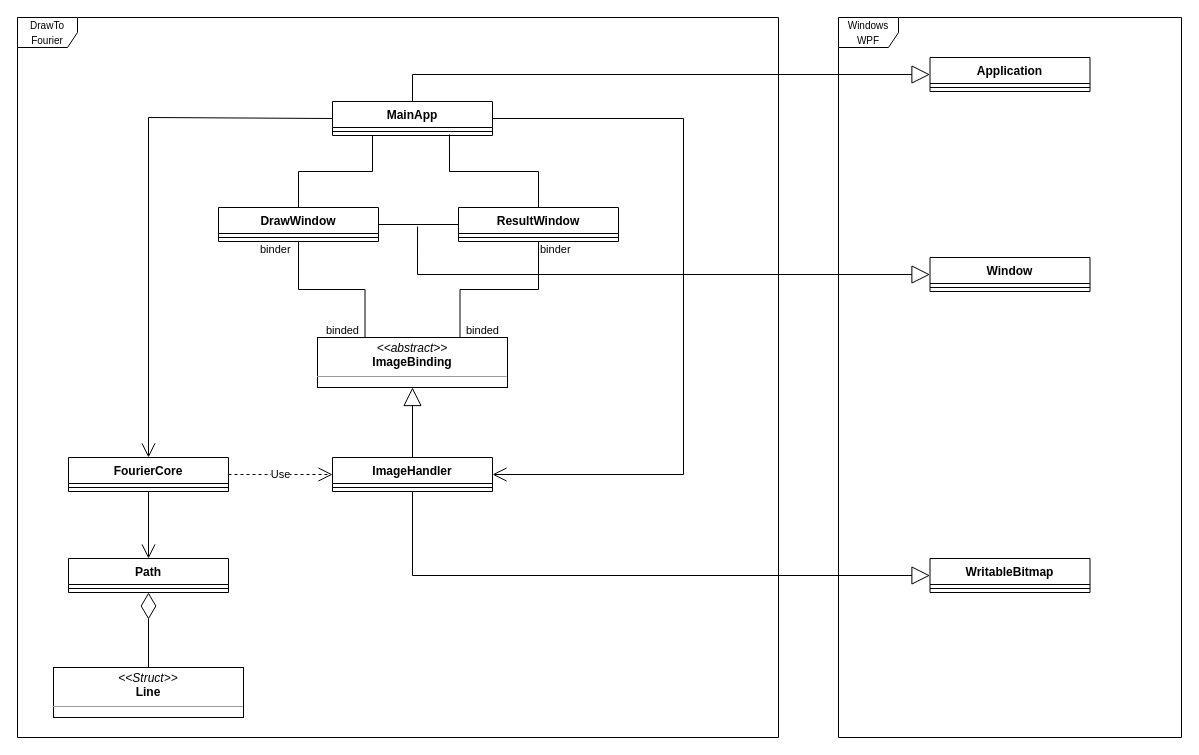
Before: UML Class Diagram.drawio in capalloc/DrawToFourier, a draw.io diagram. Source tidied: cells renumbered, new cells numbered last; positions are measured from the earlier drawing's top-left corner, leaving out a move shared by most shapes. Both pictures are drawn from the tidied source at 100%, with x=0, y=0 at pixel (17, 17).
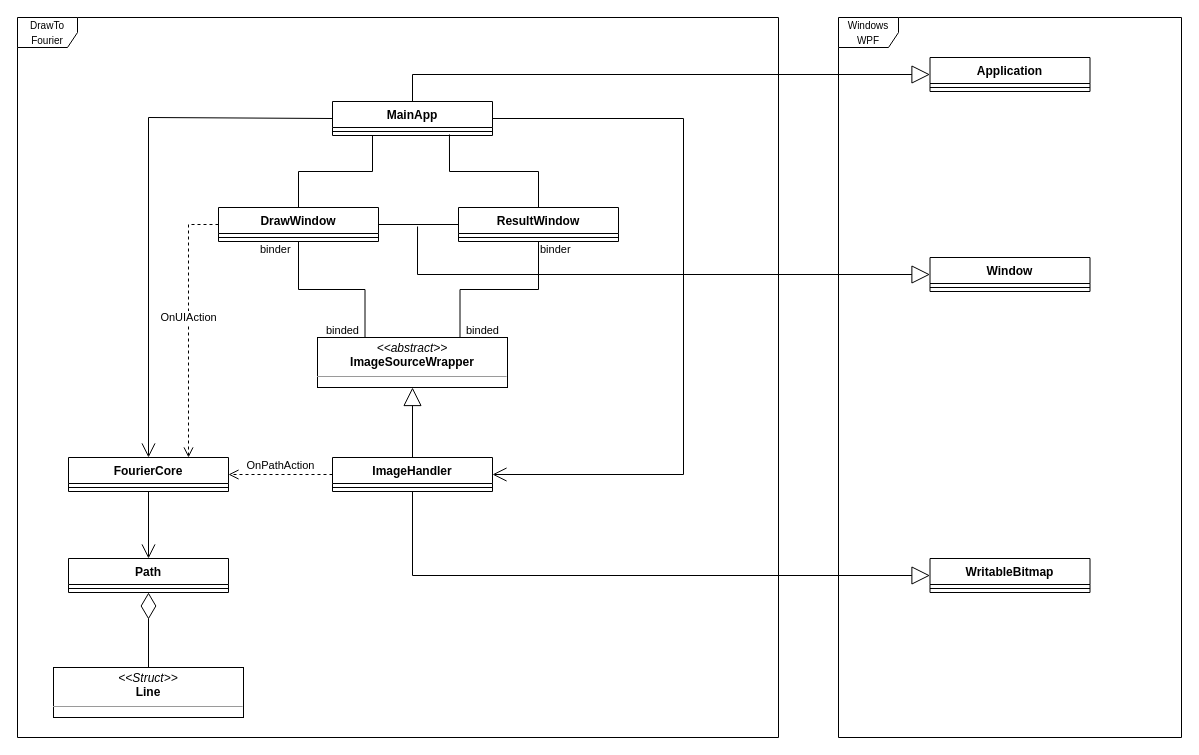
The same diagram, later.

The change refers to these unchanged cells:
```xml
<mxCell id="6" value="DrawWindow" style="swimlane;fontStyle=1;align=center;verticalAlign=top;horizontal=1;startSize=26;" parent="1" vertex="1">
  <mxGeometry x="201" y="190" width="160" height="34" as="geometry" />
</mxCell>
<mxCell id="19" value="FourierCore" style="swimlane;fontStyle=1;align=center;verticalAlign=top;horizontal=1;startSize=26;" parent="1" vertex="1">
  <mxGeometry x="51" y="440" width="160" height="34" as="geometry" />
</mxCell>
<mxCell id="29" value="ImageHandler" style="swimlane;fontStyle=1;align=center;verticalAlign=top;horizontal=1;startSize=26;" parent="1" vertex="1">
  <mxGeometry x="315" y="440" width="160" height="34" as="geometry" />
</mxCell>
```

The edit, as a diff of the source:
```diff
@@
-    <mxCell id="12" value="&lt;p style=&quot;margin: 0px ; margin-top: 4px ; text-align: center&quot;&gt;&lt;i&gt;&amp;lt;&amp;lt;abstract&amp;gt;&amp;gt;&lt;/i&gt;&lt;br&gt;&lt;b&gt;ImageBinding&lt;/b&gt;&lt;/p&gt;&lt;hr size=&quot;1&quot;&gt;&lt;p style=&quot;margin: 0px ; margin-left: 4px&quot;&gt;&lt;br&gt;&lt;/p&gt;" style="verticalAlign=top;align=left;overflow=fill;fontSize=12;fontFamily=Helvetica;html=1;" parent="1" vertex="1">
+    <mxCell id="12" value="&lt;p style=&quot;margin: 0px ; margin-top: 4px ; text-align: center&quot;&gt;&lt;i&gt;&amp;lt;&amp;lt;abstract&amp;gt;&amp;gt;&lt;/i&gt;&lt;br&gt;&lt;b&gt;ImageSourceWrapper&lt;/b&gt;&lt;/p&gt;&lt;hr size=&quot;1&quot;&gt;&lt;p style=&quot;margin: 0px ; margin-left: 4px&quot;&gt;&lt;br&gt;&lt;/p&gt;" style="verticalAlign=top;align=left;overflow=fill;fontSize=12;fontFamily=Helvetica;html=1;" parent="1" vertex="1">
       <mxGeometry x="300" y="320" width="190" height="50" as="geometry" />
     </mxCell>
@@
-    <mxCell id="22" value="Use" style="endArrow=open;endSize=12;dashed=1;html=1;rounded=0;exitX=1;exitY=0.5;exitDx=0;exitDy=0;entryX=0;entryY=0.5;entryDx=0;entryDy=0;" parent="1" edge="1" source="19" target="29">
-      <mxGeometry relative="1" as="geometry" />
-    </mxCell>
@@
+    <mxCell id="42" value="OnUIAction" style="html=1;verticalAlign=bottom;endArrow=open;dashed=1;endSize=8;rounded=0;entryX=0.75;entryY=0;entryDx=0;entryDy=0;exitX=0;exitY=0.5;exitDx=0;exitDy=0;" parent="1" edge="1" source="6" target="19">
+      <mxGeometry relative="1" as="geometry">
+        <Array as="points">
+          <mxPoint x="171" y="207" />
+        </Array>
+      </mxGeometry>
+    </mxCell>
+    <mxCell id="43" value="OnPathAction" style="html=1;verticalAlign=bottom;endArrow=open;dashed=1;endSize=8;rounded=0;entryX=1;entryY=0.5;entryDx=0;entryDy=0;exitX=0;exitY=0.5;exitDx=0;exitDy=0;" parent="1" edge="1" source="29" target="19">
+      <mxGeometry relative="1" as="geometry" />
+    </mxCell>
```
